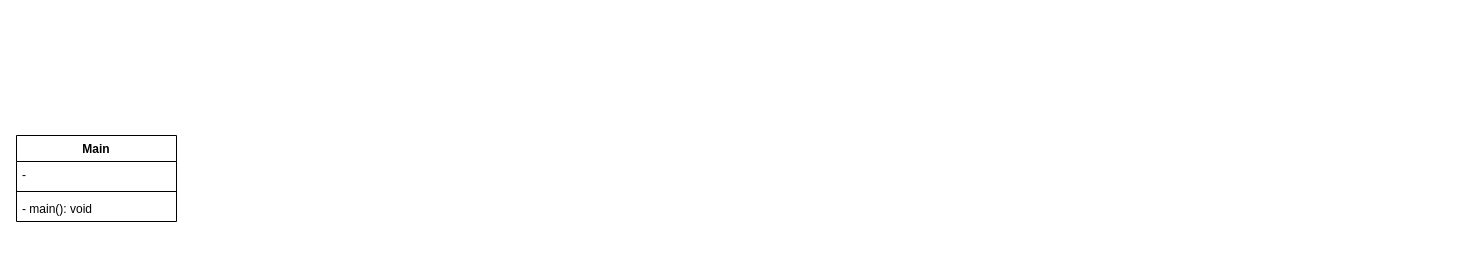
The draw.io diagram UML.drawio in TheIcySpark/Discord-Bot, before the edit. Source tidied: cells renumbered, new cells numbered last; positions are measured from the earlier drawing's top-left corner, leaving out a move shared by most shapes. Both pictures are drawn from the tidied source at 100%, with x=0, y=0 at pixel (16, 135).
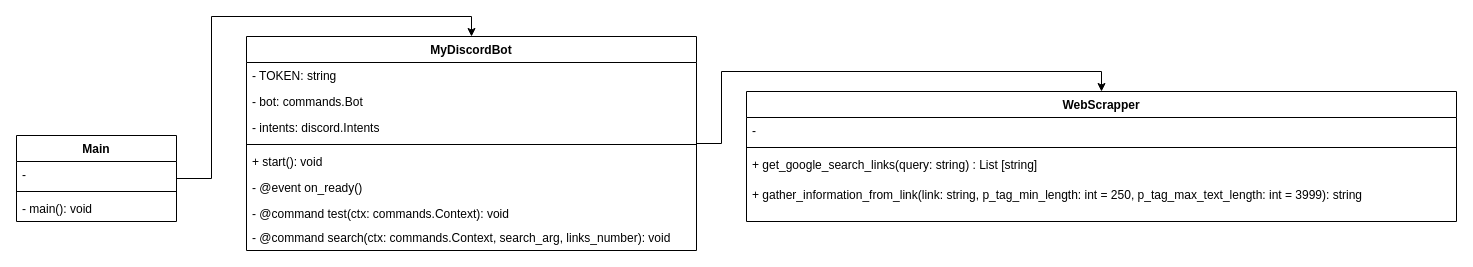
The same diagram, later.

Unchanged cells that the change refers to:
```xml
<mxCell id="2" value="Main" style="swimlane;fontStyle=1;align=center;verticalAlign=top;horizontal=1;startSize=26;" parent="1" vertex="1">
  <mxGeometry width="160" height="86" as="geometry" />
</mxCell>
```

The edit, as a diff of the source:
```diff
@@
+    <mxCell id="6" style="edgeStyle=orthogonalEdgeStyle;rounded=0;jettySize=auto;html=1;entryX=0.5;entryY=0;entryDx=0;entryDy=0;" parent="1" edge="1" source="2" target="13">
+      <mxGeometry relative="1" as="geometry" />
+    </mxCell>
@@
+    <mxCell id="7" value="WebScrapper" style="swimlane;fontStyle=1;align=center;verticalAlign=top;horizontal=1;startSize=26;" parent="1" vertex="1">
+      <mxGeometry x="730" y="-44" width="710" height="130" as="geometry" />
+    </mxCell>
+    <mxCell id="8" value="-" style="text;strokeColor=none;fillColor=none;align=left;verticalAlign=top;spacingLeft=4;spacingRight=4;overflow=hidden;" parent="7" vertex="1">
+      <mxGeometry y="26" width="710" height="26" as="geometry" />
+    </mxCell>
+    <mxCell id="9" style="line;strokeWidth=1;fillColor=none;align=left;verticalAlign=middle;spacingTop=-1;spacingLeft=3;spacingRight=3;labelPosition=right;" parent="7" vertex="1">
+      <mxGeometry y="52" width="710" height="8" as="geometry" />
+    </mxCell>
+    <mxCell id="10" value="+ get_google_search_links(query: string) : List [string]" style="text;strokeColor=none;fillColor=none;align=left;verticalAlign=top;spacingLeft=4;spacingRight=4;overflow=hidden;" parent="7" vertex="1">
+      <mxGeometry y="60" width="710" height="30" as="geometry" />
+    </mxCell>
+    <mxCell id="11" value="+ gather_information_from_link(link: string, p_tag_min_length: int = 250, p_tag_max_text_length: int = 3999): string" style="text;strokeColor=none;fillColor=none;align=left;verticalAlign=top;spacingLeft=4;spacingRight=4;overflow=hidden;" parent="7" vertex="1">
+      <mxGeometry y="90" width="710" height="40" as="geometry" />
+    </mxCell>
+    <mxCell id="12" style="edgeStyle=orthogonalEdgeStyle;rounded=0;jettySize=auto;html=1;entryX=0.5;entryY=0;entryDx=0;entryDy=0;" parent="1" edge="1" source="13" target="7">
+      <mxGeometry relative="1" as="geometry" />
+    </mxCell>
+    <mxCell id="13" value="MyDiscordBot" style="swimlane;fontStyle=1;align=center;verticalAlign=top;horizontal=1;startSize=26;" parent="1" vertex="1">
+      <mxGeometry x="230" y="-99" width="450" height="214" as="geometry" />
+    </mxCell>
+    <mxCell id="14" value="- TOKEN: string" style="text;strokeColor=none;fillColor=none;align=left;verticalAlign=top;spacingLeft=4;spacingRight=4;overflow=hidden;" parent="13" vertex="1">
+      <mxGeometry y="26" width="450" height="26" as="geometry" />
+    </mxCell>
+    <mxCell id="15" value="- bot: commands.Bot" style="text;strokeColor=none;fillColor=none;align=left;verticalAlign=top;spacingLeft=4;spacingRight=4;overflow=hidden;" parent="13" vertex="1">
+      <mxGeometry y="52" width="450" height="26" as="geometry" />
+    </mxCell>
+    <mxCell id="16" value="- intents: discord.Intents" style="text;strokeColor=none;fillColor=none;align=left;verticalAlign=top;spacingLeft=4;spacingRight=4;overflow=hidden;" parent="13" vertex="1">
+      <mxGeometry y="78" width="450" height="26" as="geometry" />
+    </mxCell>
+    <mxCell id="17" style="line;strokeWidth=1;fillColor=none;align=left;verticalAlign=middle;spacingTop=-1;spacingLeft=3;spacingRight=3;labelPosition=right;" parent="13" vertex="1">
+      <mxGeometry y="104" width="450" height="8" as="geometry" />
+    </mxCell>
+    <mxCell id="18" value="+ start(): void" style="text;strokeColor=none;fillColor=none;align=left;verticalAlign=top;spacingLeft=4;spacingRight=4;overflow=hidden;" parent="13" vertex="1">
+      <mxGeometry y="112" width="450" height="26" as="geometry" />
+    </mxCell>
+    <mxCell id="19" value="- @event on_ready()" style="text;strokeColor=none;fillColor=none;align=left;verticalAlign=top;spacingLeft=4;spacingRight=4;overflow=hidden;" parent="13" vertex="1">
+      <mxGeometry y="138" width="450" height="26" as="geometry" />
+    </mxCell>
+    <mxCell id="20" value="- @command test(ctx: commands.Context): void" style="text;strokeColor=none;fillColor=none;align=left;verticalAlign=top;spacingLeft=4;spacingRight=4;overflow=hidden;" parent="13" vertex="1">
+      <mxGeometry y="164" width="450" height="24" as="geometry" />
+    </mxCell>
+    <mxCell id="21" value="- @command search(ctx: commands.Context, search_arg, links_number): void" style="text;strokeColor=none;fillColor=none;align=left;verticalAlign=top;spacingLeft=4;spacingRight=4;overflow=hidden;" parent="13" vertex="1">
+      <mxGeometry y="188" width="450" height="26" as="geometry" />
+    </mxCell>
```
